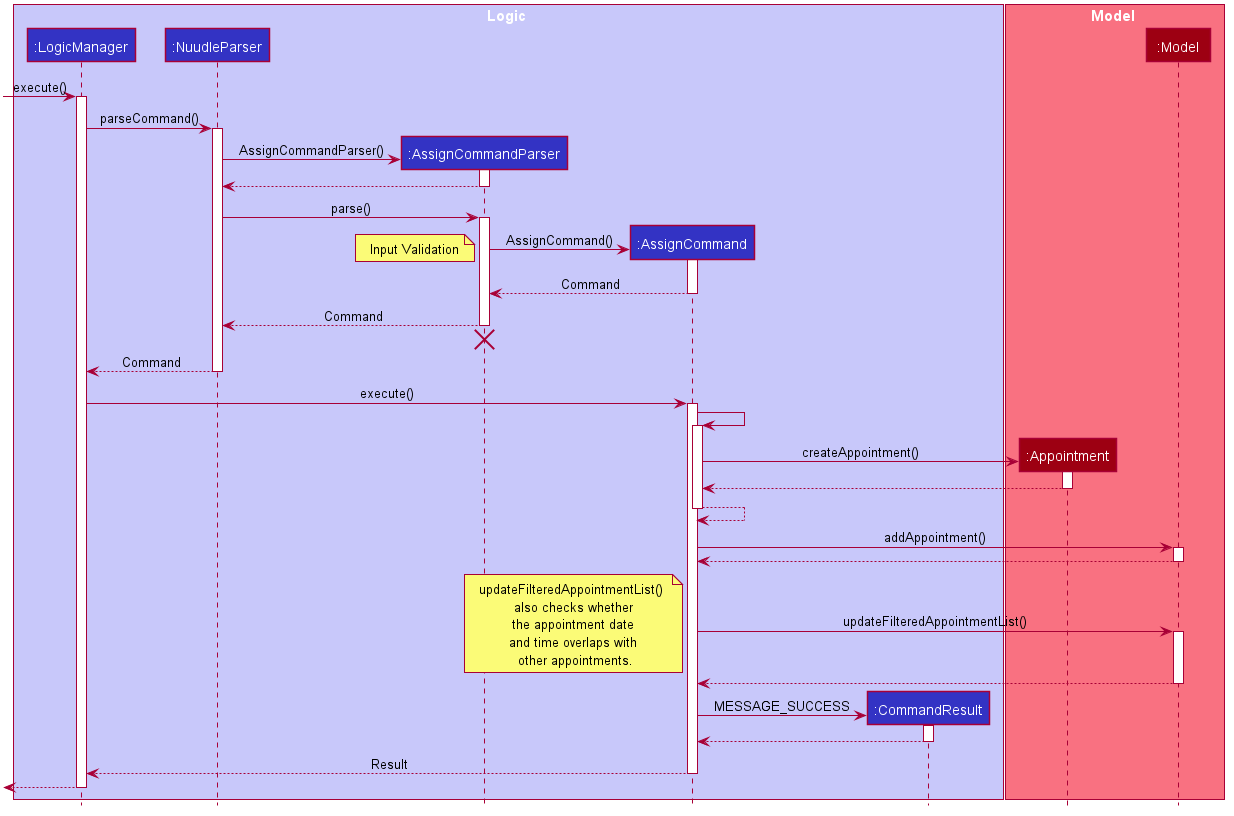
xz0127/tp keeps this PlantUML diagram as docs/images/AssignSequenceDiagram.png. Above is the earlier version.
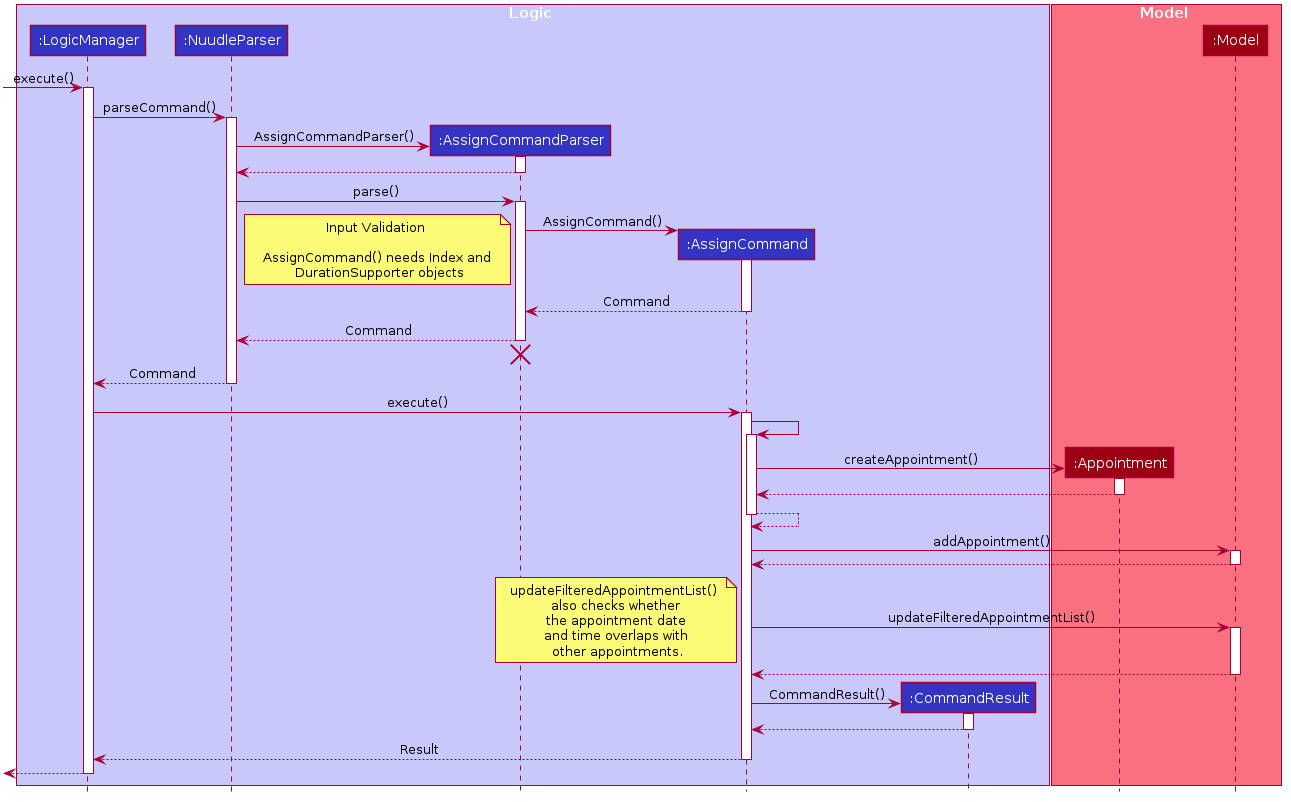
Above is the later version.

Commit message:
Generate PNG images for PlantUML diagrams

Change to the diagram source:
```diff
@@ -80,7 +80,7 @@
 
 create AssignCommand
 AssignCommandParser -> AssignCommand: AssignCommand()
-note left: Input Validation
+note left: Input Validation \n \n AssignCommand() needs Index and \n DurationSupporter objects
 activate AssignCommand
 
 AssignCommand --> AssignCommandParser: Command
@@ -125,7 +125,7 @@
 deactivate Model
 
 create CommandResult
-AssignCommand -> CommandResult: MESSAGE_SUCCESS
+AssignCommand -> CommandResult: CommandResult()
 activate CommandResult
 
 CommandResult --> AssignCommand
```
